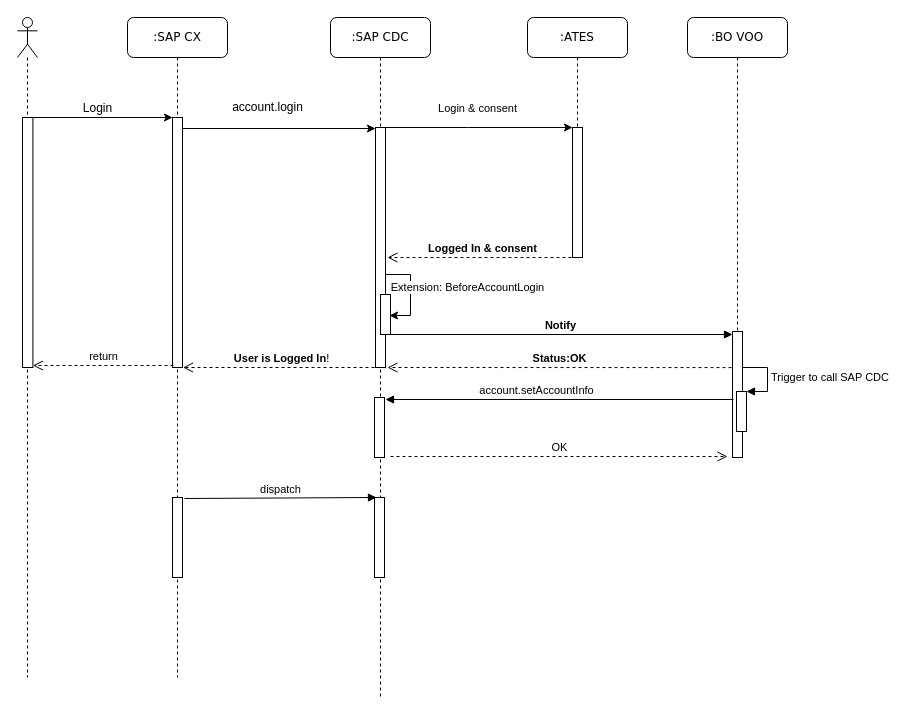
MudBloodArchitekt/draw.io keeps this draw.io diagram as page "OPIDC-GetIndivInfo" (2 of 2) of SeqDiagram-CX-VOO-CDC.drawio. Above is the earlier version. Source tidied: cells renumbered, new cells numbered last; positions are measured from the earlier drawing's top-left corner, leaving out a move shared by most shapes. Both pictures are drawn from the tidied source at 100%, with x=0, y=0 at pixel (17, 17).
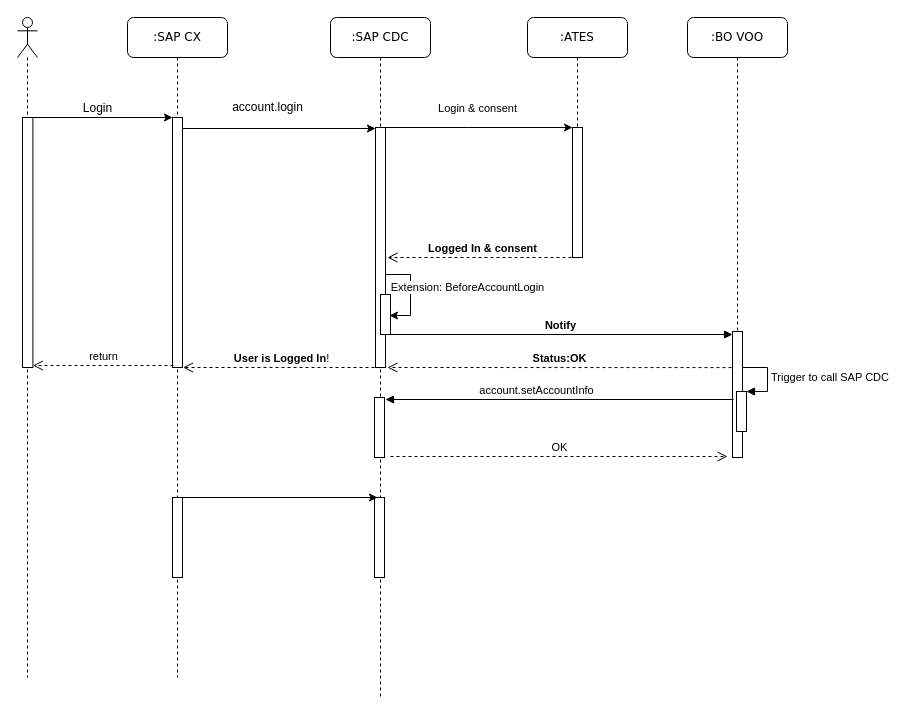
The same page after the edit.

What changed in the source:
```diff
@@
-    <mxCell id="31" value="dispatch" style="html=1;verticalAlign=bottom;endArrow=block;exitX=1.3;exitY=0.488;exitDx=0;exitDy=0;exitPerimeter=0;" parent="1" edge="1">
-      <mxGeometry relative="1" as="geometry">
-        <mxPoint x="167" y="481" as="sourcePoint" />
-        <mxPoint x="359" y="480" as="targetPoint" />
-      </mxGeometry>
-    </mxCell>
+    <mxCell id="32" style="edgeStyle=orthogonalEdgeStyle;rounded=0;orthogonalLoop=1;jettySize=auto;html=1;entryX=0.3;entryY=0.5;entryDx=0;entryDy=0;entryPerimeter=0;" parent="1" edge="1">
+      <mxGeometry relative="1" as="geometry">
+        <mxPoint x="165" y="480" as="sourcePoint" />
+        <mxPoint x="360" y="480" as="targetPoint" />
+      </mxGeometry>
+    </mxCell>
```
